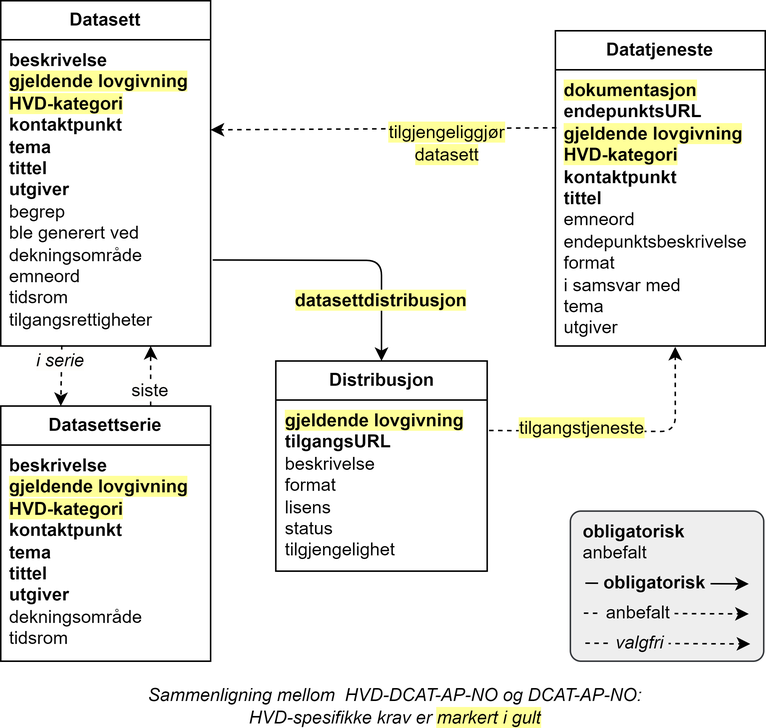
Before: docs/images/HVD-DCAT-AP-NO-forenklet-fremstilling.png, a diagram exported from draw.io (Informasjonsforvaltning/hvd-dcat-ap-no). Source tidied: cells renumbered, new cells last; positions are measured from the earlier drawing's top-left corner, leaving out a move shared by most shapes.
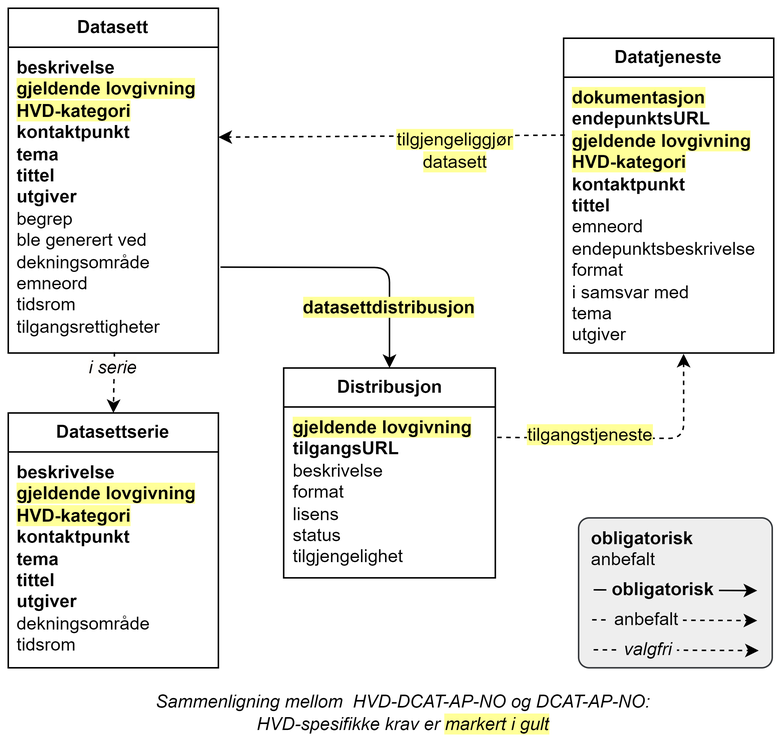
The same diagram one commit later.

Commit message:
Tegning forenklet fremstilling

Diff of the diagram source:
```diff
@@ -29,15 +29,6 @@
     <mxCell id="10" value="&lt;div style=&quot;&quot;&gt;&lt;span style=&quot;background-color: rgb(255, 255, 255);&quot;&gt;&lt;b&gt;beskrivelse&lt;/b&gt;&lt;/span&gt;&lt;/div&gt;&lt;div style=&quot;&quot;&gt;&lt;b style=&quot;background-color: rgb(255, 255, 153);&quot;&gt;gjeldende lovgivning&lt;/b&gt;&lt;span style=&quot;background-color: rgb(255, 255, 255);&quot;&gt;&lt;b&gt;&lt;br&gt;&lt;/b&gt;&lt;/span&gt;&lt;/div&gt;&lt;div style=&quot;&quot;&gt;&lt;b style=&quot;background-color: rgb(255, 255, 153);&quot;&gt;HVD-kategori&lt;/b&gt;&lt;span style=&quot;background-color: rgb(255, 255, 255);&quot;&gt;&lt;b&gt;&lt;br&gt;&lt;/b&gt;&lt;/span&gt;&lt;/div&gt;&lt;div style=&quot;&quot;&gt;&lt;b style=&quot;background-color: initial;&quot;&gt;kontaktpunkt&lt;/b&gt;&lt;br&gt;&lt;/div&gt;&lt;div style=&quot;&quot;&gt;&lt;span style=&quot;background-color: rgb(255, 255, 255);&quot;&gt;&lt;b&gt;tema&lt;/b&gt;&lt;/span&gt;&lt;/div&gt;&lt;div style=&quot;&quot;&gt;&lt;b&gt;tittel&lt;/b&gt;&lt;/div&gt;&lt;div style=&quot;&quot;&gt;&lt;b&gt;utgiver&lt;/b&gt;&lt;/div&gt;&lt;div style=&quot;&quot;&gt;&lt;span style=&quot;background-color: rgb(255, 255, 255);&quot;&gt;dekningsområde&lt;/span&gt;&lt;/div&gt;&lt;div style=&quot;&quot;&gt;&lt;span style=&quot;background-color: rgb(255, 255, 255);&quot;&gt;tidsrom&lt;/span&gt;&lt;/div&gt;" style="text;strokeColor=none;fillColor=none;align=left;verticalAlign=top;spacingLeft=4;spacingRight=4;overflow=hidden;whiteSpace=wrap;html=1;" parent="9" vertex="1">
       <mxGeometry y="26" width="140" height="144" as="geometry" />
     </mxCell>
-    <mxCell id="11" style="endArrow=classic;html=1;rounded=0;exitX=0.5;exitY=0;exitDx=0;exitDy=0;entryX=0.5;entryY=1;entryDx=0;entryDy=0;entryPerimeter=0;dashed=1;" parent="1" edge="1">
-      <mxGeometry relative="1" as="geometry">
-        <mxPoint x="100" y="270" as="sourcePoint" />
-        <mxPoint x="100" y="230" as="targetPoint" />
-      </mxGeometry>
-    </mxCell>
-    <mxCell id="12" value="&lt;span style=&quot;background-color: rgb(254, 253, 251);&quot;&gt;siste&lt;/span&gt;" style="text;html=1;align=center;verticalAlign=middle;whiteSpace=wrap;rounded=0;" parent="1" vertex="1">
-      <mxGeometry x="80" y="250" width="40" height="20" as="geometry" />
-    </mxCell>
     <mxCell id="13" style="endArrow=classic;html=1;rounded=0;exitX=0.005;exitY=0.21;exitDx=0;exitDy=0;exitPerimeter=0;dashed=1;" parent="1" edge="1" source="5">
       <mxGeometry relative="1" as="geometry">
         <mxPoint x="140" y="86" as="targetPoint" />
@@ -66,11 +57,14 @@
     <mxCell id="18" value="&lt;div&gt;&lt;span style=&quot;background-color: rgb(255, 255, 153);&quot;&gt;tilgangstjeneste&lt;/span&gt;&lt;/div&gt;" style="text;html=1;align=center;verticalAlign=middle;whiteSpace=wrap;rounded=0;" parent="1" vertex="1">
       <mxGeometry x="340" y="270" width="95.5" height="30" as="geometry" />
     </mxCell>
-    <mxCell id="19" style="endArrow=classic;html=1;rounded=0;exitX=0.291;exitY=0.997;exitDx=0;exitDy=0;exitPerimeter=0;entryX=0.286;entryY=0;entryDx=0;entryDy=0;entryPerimeter=0;dashed=1;" parent="1" edge="1" source="3" target="9">
-      <mxGeometry relative="1" as="geometry" />
+    <mxCell id="19" style="endArrow=classic;html=1;rounded=0;exitX=0.291;exitY=0.997;exitDx=0;exitDy=0;exitPerimeter=0;entryX=0.286;entryY=0;entryDx=0;entryDy=0;entryPerimeter=0;dashed=1;" parent="1" edge="1">
+      <mxGeometry relative="1" as="geometry">
+        <mxPoint x="70.7" y="229.4" as="sourcePoint" />
+        <mxPoint x="70" y="270" as="targetPoint" />
+      </mxGeometry>
     </mxCell>
     <mxCell id="20" value="&lt;span style=&quot;background-color: rgb(254, 253, 251);&quot;&gt;&lt;i&gt;i serie&lt;/i&gt;&lt;/span&gt;" style="text;html=1;align=center;verticalAlign=middle;whiteSpace=wrap;rounded=0;" parent="1" vertex="1">
-      <mxGeometry x="20" y="230" width="40" height="20" as="geometry" />
+      <mxGeometry x="50" y="230" width="40" height="20" as="geometry" />
     </mxCell>
     <mxCell id="21" style="group;" parent="1" vertex="1">
       <mxGeometry x="380" y="340" width="129" height="100" as="geometry" />
```
